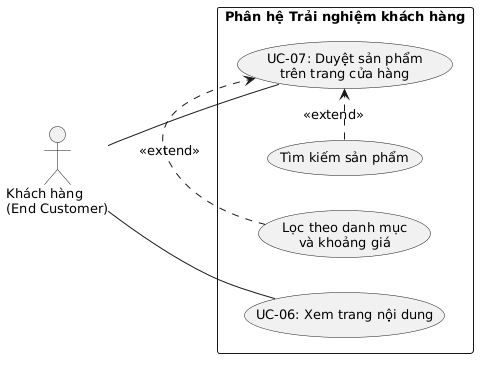
Before: Hinhve/Chuong2/usecase_khach_hang.png, a diagram exported from PlantUML (tvgx/SoICT_Mau_DATN_Ung_dung).
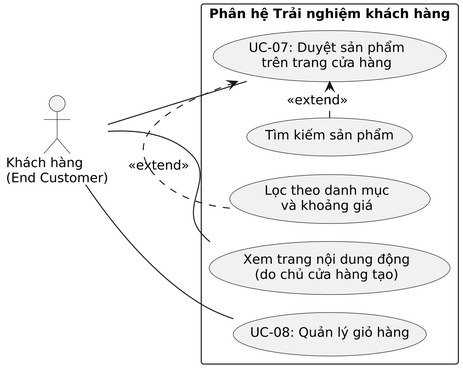
Later version of the same file.

What changed in the source:
```diff
@@ -1,5 +1,8 @@
 @startuml
 left to right direction
+!pragma layout smetana
+skinparam dpi 300
+skinparam defaultFontName "DejaVu Sans"
 skinparam monochrome true
 skinparam shadowing false
 skinparam defaultFontSize 13
@@ -7,14 +10,16 @@
 actor "Khách hàng\n(End Customer)" as Customer
 
 rectangle "Phân hệ Trải nghiệm khách hàng" {
-  usecase "UC-06: Xem trang nội dung" as UC06
   usecase "UC-07: Duyệt sản phẩm\ntrên trang cửa hàng" as UC07
+  usecase "Xem trang nội dung động\n(do chủ cửa hàng tạo)" as UCcontent
+  usecase "UC-08: Quản lý giỏ hàng" as UC08
   usecase "Lọc theo danh mục\nvà khoảng giá" as Filter
   usecase "Tìm kiếm sản phẩm" as Search
 }
 
-Customer -- UC06
 Customer -- UC07
+Customer -- UCcontent
+Customer -- UC08
 Filter .> UC07 : <<extend>>
 Search .> UC07 : <<extend>>
 @enduml
```
